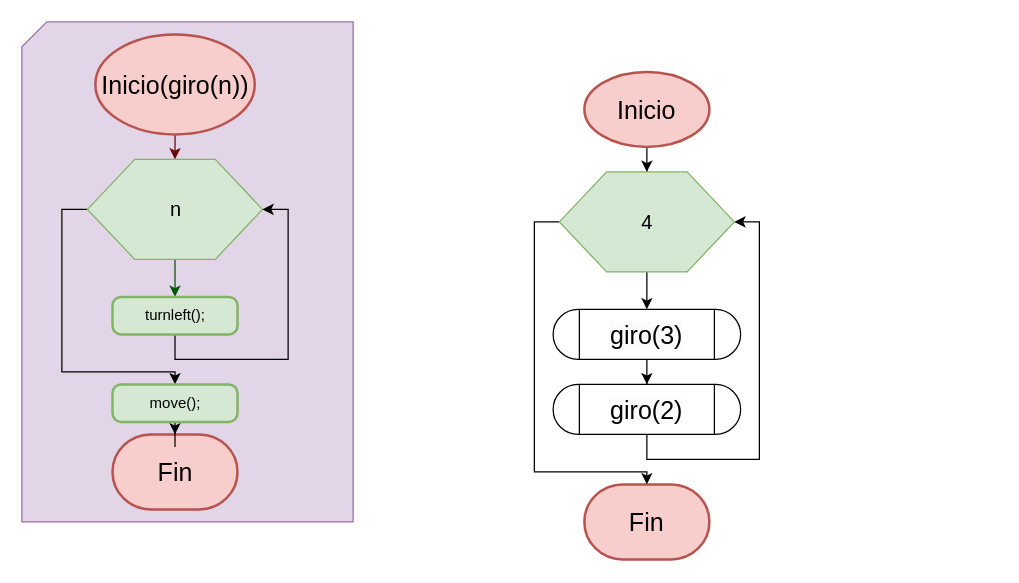
Earlier version of the draw.io diagram CruzF.drawio (PedroJOH/Ejercicios_karel). Source tidied: cells renumbered, new cells numbered last; positions are measured from the earlier drawing's top-left corner, leaving out a move shared by most shapes. Both pictures are drawn from the tidied source at 125%, with x=0, y=0 at pixel (21, 21).
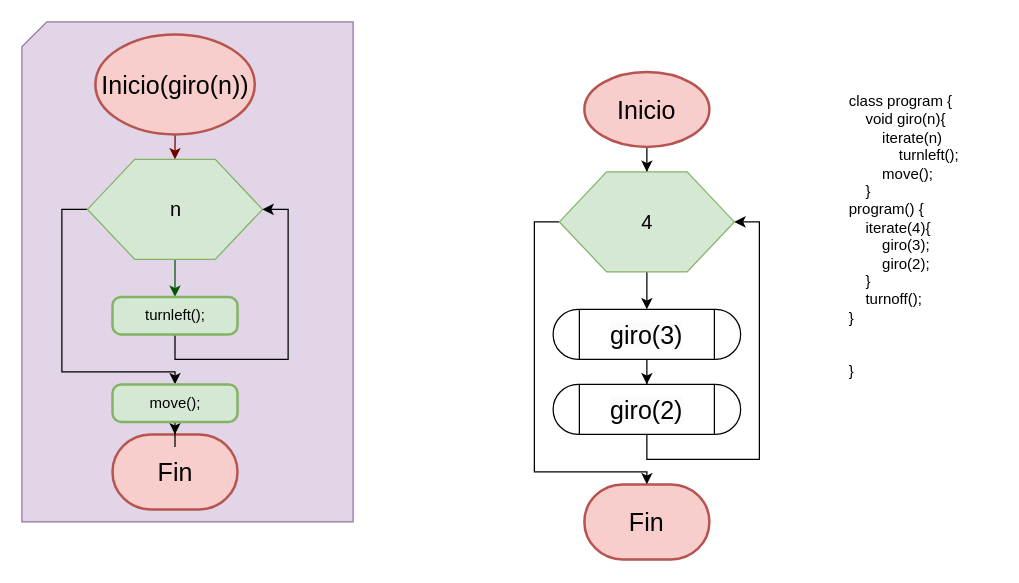
The same diagram, later.

The edit, as a diff of the source:
```diff
@@
+    <mxCell id="23" value="class program {&#10;    void giro(n){&#10;        iterate(n)&#10;            turnleft();&#10;        move();&#10;    }&#10;program() {&#10;    iterate(4){&#10;        giro(3);&#10;        giro(2);&#10;    }&#10;    turnoff();&#10;}&#10;&#10;&#10;}" style="text;whiteSpace=wrap;" parent="1" vertex="1">
+      <mxGeometry x="660" y="50" width="120" height="250" as="geometry" />
+    </mxCell>
```
